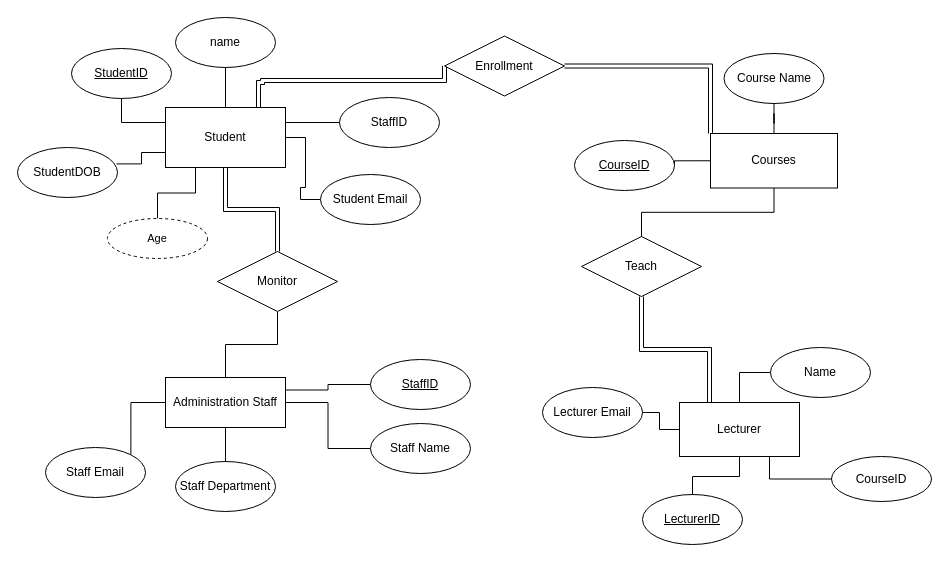
Before: course_work_erd.drawio in David-Jacks/Diagrams, a draw.io diagram. Source tidied: cells renumbered, new cells numbered last; positions are measured from the earlier drawing's top-left corner, leaving out a move shared by most shapes. Both pictures are drawn from the tidied source at 100%, with x=0, y=0 at pixel (17, 17).
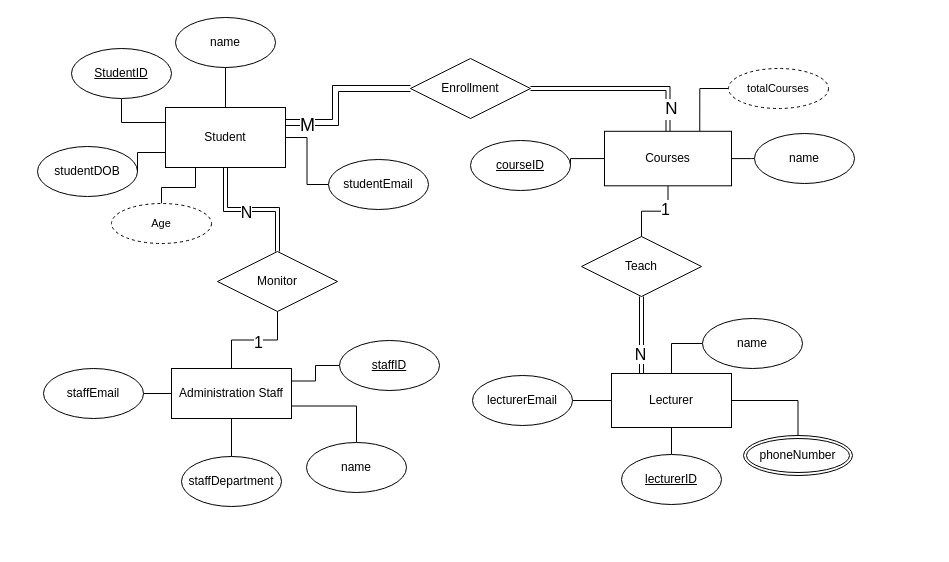
After the change.

The change refers to these unchanged cells:
```xml
<mxCell id="8" value="Student" style="rounded=0;whiteSpace=wrap;html=1;" parent="1" vertex="1">
  <mxGeometry x="148" y="90" width="120" height="60" as="geometry" />
</mxCell>
<mxCell id="12" style="edgeStyle=orthogonalEdgeStyle;rounded=0;jettySize=auto;html=1;exitX=0.25;exitY=0;exitDx=0;exitDy=0;entryX=0.5;entryY=1;entryDx=0;entryDy=0;endArrow=none;endFill=0;shape=link;" parent="1" edge="1" source="14" target="42">
  <mxGeometry relative="1" as="geometry" />
</mxCell>
<mxCell id="18" style="edgeStyle=orthogonalEdgeStyle;rounded=0;jettySize=auto;html=1;entryX=0.5;entryY=0;entryDx=0;entryDy=0;endArrow=none;endFill=0;exitX=0.5;exitY=1;exitDx=0;exitDy=0;" parent="1" edge="1" source="19" target="42">
  <mxGeometry relative="1" as="geometry" />
</mxCell>
<mxCell id="24" style="edgeStyle=orthogonalEdgeStyle;rounded=0;jettySize=auto;html=1;entryX=0.5;entryY=1;entryDx=0;entryDy=0;endArrow=none;endFill=0;" parent="1" edge="1" source="25" target="40">
  <mxGeometry relative="1" as="geometry" />
</mxCell>
<mxCell id="39" style="edgeStyle=orthogonalEdgeStyle;rounded=0;jettySize=auto;html=1;entryX=0.5;entryY=1;entryDx=0;entryDy=0;shape=link;" parent="1" edge="1" source="40" target="8">
  <mxGeometry relative="1" as="geometry" />
</mxCell>
```

Change to the diagram source:
```diff
@@
-    <mxCell id="3" style="edgeStyle=orthogonalEdgeStyle;rounded=0;jettySize=auto;html=1;exitX=1;exitY=0.25;exitDx=0;exitDy=0;entryX=0;entryY=0.5;entryDx=0;entryDy=0;endArrow=none;endFill=0;" parent="1" edge="1" source="8" target="28">
-      <mxGeometry relative="1" as="geometry" />
-    </mxCell>
@@
-    <mxCell id="6" style="edgeStyle=orthogonalEdgeStyle;rounded=0;jettySize=auto;html=1;exitX=0.692;exitY=0.067;exitDx=0;exitDy=0;entryX=0;entryY=0.5;entryDx=0;entryDy=0;exitPerimeter=0;shape=link;" parent="1" edge="1" source="8" target="41">
+    <mxCell id="6" style="edgeStyle=orthogonalEdgeStyle;rounded=0;jettySize=auto;html=1;exitX=1;exitY=0.25;exitDx=0;exitDy=0;entryX=0;entryY=0.5;entryDx=0;entryDy=0;shape=link;width=6;fontSize=14;" parent="1" edge="1" source="8" target="41">
       <mxGeometry relative="1" as="geometry">
         <Array as="points">
-          <mxPoint x="241" y="94" />
-          <mxPoint x="241" y="65" />
-          <mxPoint x="245" y="65" />
-          <mxPoint x="245" y="63" />
-          <mxPoint x="427" y="63" />
+          <mxPoint x="318" y="105" />
+          <mxPoint x="318" y="71" />
         </Array>
       </mxGeometry>
     </mxCell>
+    <mxCell id="47" value="M" style="edgeLabel;html=1;align=center;verticalAlign=middle;fontSize=18;" parent="6" vertex="1">
+      <mxGeometry x="-0.73" y="-2" relative="1" as="geometry" />
+    </mxCell>
@@
-    <mxCell id="13" style="edgeStyle=orthogonalEdgeStyle;rounded=0;jettySize=auto;html=1;exitX=0.75;exitY=1;exitDx=0;exitDy=0;entryX=0;entryY=0.5;entryDx=0;entryDy=0;endArrow=none;endFill=0;" parent="1" edge="1" source="14" target="43">
-      <mxGeometry relative="1" as="geometry" />
-    </mxCell>
+    <mxCell id="48" value="&lt;font style=&quot;font-size: 16px;&quot;&gt;N&lt;/font&gt;" style="edgeLabel;html=1;align=center;verticalAlign=middle;" parent="12" vertex="1">
+      <mxGeometry x="-0.47" y="2" relative="1" as="geometry" />
+    </mxCell>
+    <mxCell id="49" style="edgeStyle=orthogonalEdgeStyle;rounded=0;jettySize=auto;html=1;entryX=0.5;entryY=0;entryDx=0;entryDy=0;endArrow=none;endFill=0;" parent="1" edge="1" source="14" target="56">
+      <mxGeometry relative="1" as="geometry" />
+    </mxCell>
     <mxCell id="14" value="Lecturer" style="rounded=0;whiteSpace=wrap;html=1;" parent="1" vertex="1">
-      <mxGeometry x="662" y="385" width="120" height="54" as="geometry" />
+      <mxGeometry x="594" y="356" width="120" height="54" as="geometry" />
     </mxCell>
@@
-    <mxCell id="17" style="edgeStyle=orthogonalEdgeStyle;rounded=0;jettySize=auto;html=1;exitX=0;exitY=0;exitDx=0;exitDy=0;entryX=1;entryY=0.5;entryDx=0;entryDy=0;shape=link;" parent="1" edge="1" source="19" target="41">
+    <mxCell id="17" style="edgeStyle=orthogonalEdgeStyle;rounded=0;jettySize=auto;html=1;exitX=0.5;exitY=0;exitDx=0;exitDy=0;entryX=1;entryY=0.5;entryDx=0;entryDy=0;shape=link;" parent="1" edge="1" source="19" target="41">
       <mxGeometry relative="1" as="geometry" />
     </mxCell>
+    <mxCell id="50" value="N" style="edgeLabel;html=1;align=center;verticalAlign=middle;fontSize=17;" parent="17" vertex="1">
+      <mxGeometry x="-0.76" y="-2" relative="1" as="geometry">
+        <mxPoint x="1" as="offset" />
+      </mxGeometry>
+    </mxCell>
@@
+    <mxCell id="51" value="&lt;font style=&quot;font-size: 16px;&quot;&gt;1&lt;/font&gt;" style="edgeLabel;html=1;align=center;verticalAlign=middle;" parent="18" vertex="1">
+      <mxGeometry x="-0.27" y="-2" relative="1" as="geometry" />
+    </mxCell>
+    <mxCell id="52" style="edgeStyle=orthogonalEdgeStyle;rounded=0;jettySize=auto;html=1;exitX=0.75;exitY=0;exitDx=0;exitDy=0;entryX=0;entryY=0.5;entryDx=0;entryDy=0;endArrow=none;endFill=0;" parent="1" edge="1" source="19" target="55">
+      <mxGeometry relative="1" as="geometry" />
+    </mxCell>
     <mxCell id="19" value="Courses" style="rounded=0;whiteSpace=wrap;html=1;" parent="1" vertex="1">
-      <mxGeometry x="693" y="116" width="127" height="54.5" as="geometry" />
+      <mxGeometry x="587" y="113.8" width="127" height="54.5" as="geometry" />
     </mxCell>
-    <mxCell id="20" style="edgeStyle=orthogonalEdgeStyle;rounded=0;jettySize=auto;html=1;entryX=1;entryY=0;entryDx=0;entryDy=0;endArrow=none;endFill=0;" parent="1" edge="1" source="25" target="32">
+    <mxCell id="20" style="edgeStyle=orthogonalEdgeStyle;rounded=0;jettySize=auto;html=1;entryX=1;entryY=0.5;entryDx=0;entryDy=0;endArrow=none;endFill=0;" parent="1" edge="1" source="25" target="32">
       <mxGeometry relative="1" as="geometry" />
     </mxCell>
@@
-    <mxCell id="22" style="edgeStyle=orthogonalEdgeStyle;rounded=0;jettySize=auto;html=1;endArrow=none;endFill=0;" parent="1" edge="1" source="25" target="33">
+    <mxCell id="22" style="edgeStyle=orthogonalEdgeStyle;rounded=0;jettySize=auto;html=1;endArrow=none;endFill=0;exitX=1;exitY=0.75;exitDx=0;exitDy=0;" parent="1" edge="1" source="25" target="33">
       <mxGeometry relative="1" as="geometry" />
     </mxCell>
-    <mxCell id="23" style="edgeStyle=orthogonalEdgeStyle;rounded=0;jettySize=auto;html=1;endArrow=none;endFill=0;exitX=1;exitY=0.25;exitDx=0;exitDy=0;entryX=0;entryY=0.5;entryDx=0;entryDy=0;" parent="1" edge="1" source="25" target="35">
+    <mxCell id="23" style="edgeStyle=orthogonalEdgeStyle;rounded=0;jettySize=auto;html=1;endArrow=none;endFill=0;exitX=1;exitY=0.25;exitDx=0;exitDy=0;" parent="1" edge="1" source="25" target="35">
       <mxGeometry relative="1" as="geometry" />
     </mxCell>
@@
+    <mxCell id="53" value="&lt;font style=&quot;font-size: 16px;&quot;&gt;1&lt;/font&gt;" style="edgeLabel;html=1;align=center;verticalAlign=middle;" parent="24" vertex="1">
+      <mxGeometry x="0.04" y="-1" relative="1" as="geometry">
+        <mxPoint x="1" y="1" as="offset" />
+      </mxGeometry>
+    </mxCell>
     <mxCell id="25" value="Administration Staff" style="rounded=0;whiteSpace=wrap;html=1;" parent="1" vertex="1">
-      <mxGeometry x="148" y="360" width="120" height="50" as="geometry" />
+      <mxGeometry x="154" y="351" width="120" height="50" as="geometry" />
     </mxCell>
@@
-    <mxCell id="28" value="StaffID" style="ellipse;whiteSpace=wrap;html=1;" parent="1" vertex="1">
-      <mxGeometry x="322" y="80" width="100" height="50" as="geometry" />
-    </mxCell>
-    <mxCell id="29" value="Student Email" style="ellipse;whiteSpace=wrap;html=1;" parent="1" vertex="1">
-      <mxGeometry x="303" y="157" width="100" height="50" as="geometry" />
+    <mxCell id="29" value="studentEmail" style="ellipse;whiteSpace=wrap;html=1;" parent="1" vertex="1">
+      <mxGeometry x="311" y="142" width="100" height="50" as="geometry" />
     </mxCell>
-    <mxCell id="30" value="Course Name" style="ellipse;whiteSpace=wrap;html=1;" parent="1" vertex="1">
-      <mxGeometry x="706.5" y="36" width="100" height="50" as="geometry" />
+    <mxCell id="30" value="name" style="ellipse;whiteSpace=wrap;html=1;" parent="1" vertex="1">
+      <mxGeometry x="737" y="116" width="100" height="50" as="geometry" />
     </mxCell>
-    <mxCell id="31" value="&lt;u&gt;CourseID&lt;/u&gt;" style="ellipse;whiteSpace=wrap;html=1;" parent="1" vertex="1">
-      <mxGeometry x="557" y="123" width="100" height="50" as="geometry" />
+    <mxCell id="31" value="&lt;u&gt;courseID&lt;/u&gt;" style="ellipse;whiteSpace=wrap;html=1;" parent="1" vertex="1">
+      <mxGeometry x="453" y="123" width="100" height="50" as="geometry" />
     </mxCell>
-    <mxCell id="32" value="Staff Email" style="ellipse;whiteSpace=wrap;html=1;" parent="1" vertex="1">
-      <mxGeometry x="28" y="430" width="100" height="50" as="geometry" />
+    <mxCell id="32" value="staffEmail" style="ellipse;whiteSpace=wrap;html=1;" parent="1" vertex="1">
+      <mxGeometry x="26" y="351" width="100" height="50" as="geometry" />
     </mxCell>
-    <mxCell id="33" value="Staff Name" style="ellipse;whiteSpace=wrap;html=1;" parent="1" vertex="1">
-      <mxGeometry x="353" y="406" width="100" height="50" as="geometry" />
+    <mxCell id="33" value="name" style="ellipse;whiteSpace=wrap;html=1;" parent="1" vertex="1">
+      <mxGeometry x="289" y="425" width="100" height="50" as="geometry" />
     </mxCell>
-    <mxCell id="34" value="Staff Department" style="ellipse;whiteSpace=wrap;html=1;" parent="1" vertex="1">
-      <mxGeometry x="158" y="444" width="100" height="50" as="geometry" />
+    <mxCell id="34" value="staffDepartment" style="ellipse;whiteSpace=wrap;html=1;" parent="1" vertex="1">
+      <mxGeometry x="164" y="439" width="100" height="50" as="geometry" />
     </mxCell>
-    <mxCell id="35" value="&lt;u&gt;StaffID&lt;/u&gt;" style="ellipse;whiteSpace=wrap;html=1;" parent="1" vertex="1">
-      <mxGeometry x="353" y="342" width="100" height="50" as="geometry" />
+    <mxCell id="35" value="&lt;u&gt;staffID&lt;/u&gt;" style="ellipse;whiteSpace=wrap;html=1;" parent="1" vertex="1">
+      <mxGeometry x="322" y="323" width="100" height="50" as="geometry" />
     </mxCell>
-    <mxCell id="36" value="&lt;u&gt;LecturerID&lt;/u&gt;" style="ellipse;whiteSpace=wrap;html=1;" parent="1" vertex="1">
-      <mxGeometry x="625" y="477" width="100" height="50" as="geometry" />
+    <mxCell id="36" value="&lt;u&gt;lecturerID&lt;/u&gt;" style="ellipse;whiteSpace=wrap;html=1;" parent="1" vertex="1">
+      <mxGeometry x="604" y="437" width="100" height="50" as="geometry" />
     </mxCell>
-    <mxCell id="37" value="Name" style="ellipse;whiteSpace=wrap;html=1;" parent="1" vertex="1">
-      <mxGeometry x="753" y="330" width="100" height="50" as="geometry" />
+    <mxCell id="37" value="name" style="ellipse;whiteSpace=wrap;html=1;" parent="1" vertex="1">
+      <mxGeometry x="685" y="301" width="100" height="50" as="geometry" />
     </mxCell>
-    <mxCell id="38" value="Lecturer Email" style="ellipse;whiteSpace=wrap;html=1;" parent="1" vertex="1">
-      <mxGeometry x="525" y="370" width="100" height="50" as="geometry" />
+    <mxCell id="38" value="lecturerEmail" style="ellipse;whiteSpace=wrap;html=1;" parent="1" vertex="1">
+      <mxGeometry x="455" y="358" width="100" height="50" as="geometry" />
     </mxCell>
@@
+    <mxCell id="54" value="&lt;font style=&quot;font-size: 16px;&quot;&gt;N&lt;/font&gt;" style="edgeLabel;html=1;align=center;verticalAlign=middle;" parent="39" vertex="1">
+      <mxGeometry x="0.09" y="2" relative="1" as="geometry" />
+    </mxCell>
@@
     <mxCell id="41" value="Enrollment" style="shape=rhombus;perimeter=rhombusPerimeter;whiteSpace=wrap;html=1;align=center;" parent="1" vertex="1">
-      <mxGeometry x="427" y="18.5" width="120" height="60" as="geometry" />
+      <mxGeometry x="393" y="41" width="120" height="60" as="geometry" />
     </mxCell>
@@
-    <mxCell id="43" value="CourseID" style="ellipse;whiteSpace=wrap;html=1;" parent="1" vertex="1">
-      <mxGeometry x="814" y="439" width="100" height="45" as="geometry" />
-    </mxCell>
-    <mxCell id="44" value="StudentDOB" style="ellipse;whiteSpace=wrap;html=1;" parent="1" vertex="1">
-      <mxGeometry y="130" width="100" height="50" as="geometry" />
+    <mxCell id="44" value="studentDOB" style="ellipse;whiteSpace=wrap;html=1;" parent="1" vertex="1">
+      <mxGeometry x="20" y="129" width="100" height="50" as="geometry" />
     </mxCell>
     <mxCell id="45" value="Age" style="ellipse;whiteSpace=wrap;html=1;align=center;dashed=1;fontFamily=Helvetica;fontSize=11;fontColor=default;labelBackgroundColor=default;" parent="1" vertex="1">
-      <mxGeometry x="90" y="201" width="100" height="40" as="geometry" />
+      <mxGeometry x="94" y="186" width="100" height="40" as="geometry" />
     </mxCell>
-    <mxCell id="46" style="edgeStyle=orthogonalEdgeStyle;shape=connector;rounded=0;jettySize=auto;html=1;exitX=0;exitY=0.75;exitDx=0;exitDy=0;entryX=0.99;entryY=0.328;entryDx=0;entryDy=0;entryPerimeter=0;strokeColor=default;align=center;verticalAlign=middle;fontFamily=Helvetica;fontSize=11;fontColor=default;labelBackgroundColor=default;endArrow=none;endFill=0;" parent="1" edge="1" source="8" target="44">
+    <mxCell id="46" style="edgeStyle=orthogonalEdgeStyle;shape=connector;rounded=0;jettySize=auto;html=1;exitX=0;exitY=0.75;exitDx=0;exitDy=0;entryX=1;entryY=0.5;entryDx=0;entryDy=0;strokeColor=default;align=center;verticalAlign=middle;fontFamily=Helvetica;fontSize=11;fontColor=default;labelBackgroundColor=default;endArrow=none;endFill=0;" parent="1" edge="1" source="8" target="44">
       <mxGeometry relative="1" as="geometry" />
     </mxCell>
+    <mxCell id="55" value="totalCourses" style="ellipse;whiteSpace=wrap;html=1;align=center;dashed=1;fontFamily=Helvetica;fontSize=11;fontColor=default;labelBackgroundColor=default;" parent="1" vertex="1">
+      <mxGeometry x="711" y="51" width="100" height="40" as="geometry" />
+    </mxCell>
+    <mxCell id="56" value="phoneNumber" style="ellipse;shape=doubleEllipse;margin=3;whiteSpace=wrap;html=1;align=center;" parent="1" vertex="1">
+      <mxGeometry x="726" y="418" width="109" height="40" as="geometry" />
+    </mxCell>
```
